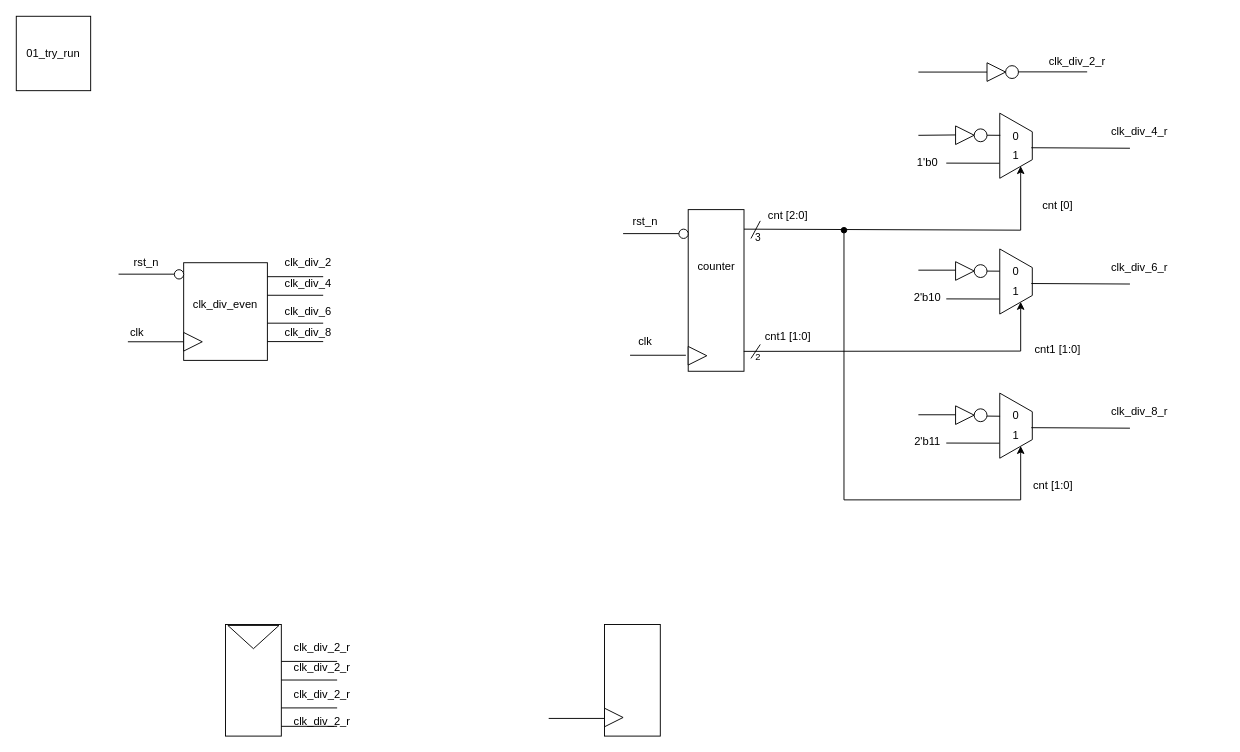
Above: abp.drawio in let1s77/Systemverilog-Fundamential (draw.io), before the change. Source tidied: cells renumbered, new cells numbered last; positions are measured from the earlier drawing's top-left corner, leaving out a move shared by most shapes. Both pictures are drawn from the tidied source at 93%, with x=0, y=0 at pixel (16, 16).
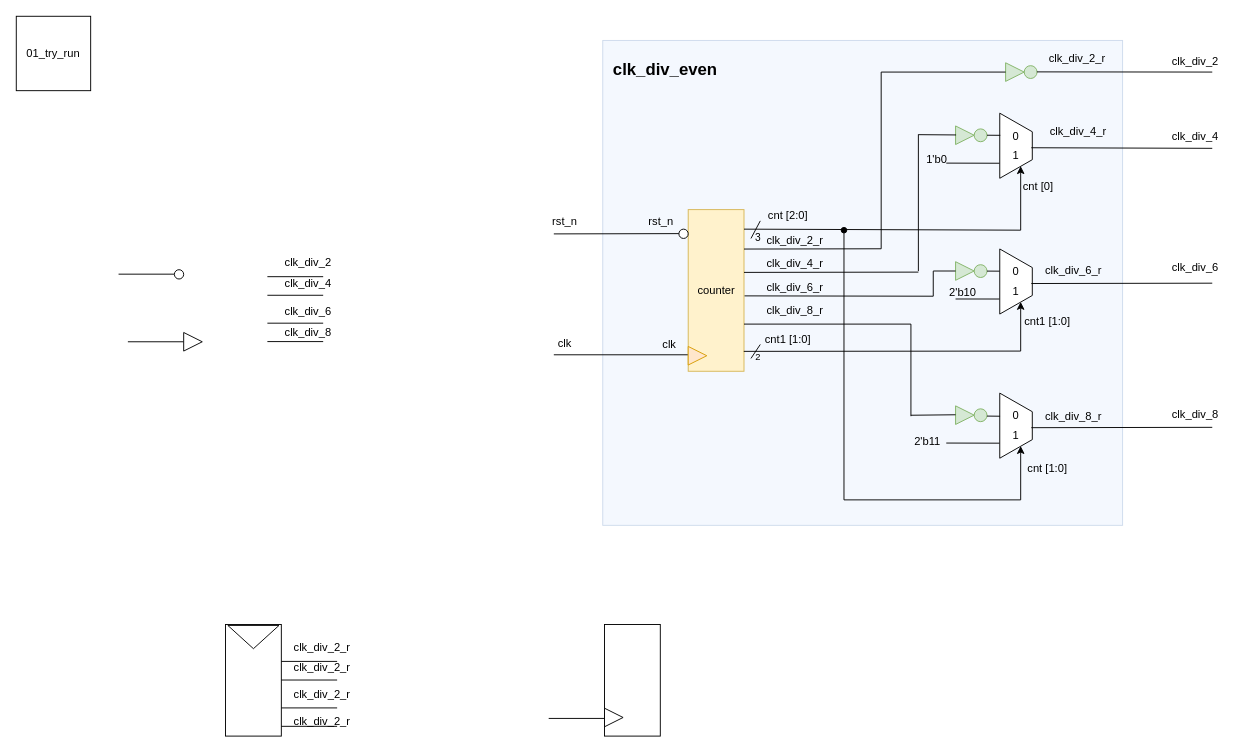
The same diagram, later.

Unchanged cells that the change refers to:
```xml
<mxCell id="42" style="shape=trapezoid;perimeter=trapezoidPerimeter;whiteSpace=wrap;html=1;fixedSize=1;rotation=90;" parent="1" vertex="1">
  <mxGeometry x="1040" y="121.7" width="70" height="35" as="geometry" />
</mxCell>
<mxCell id="53" style="shape=trapezoid;perimeter=trapezoidPerimeter;whiteSpace=wrap;html=1;fixedSize=1;rotation=90;" parent="1" vertex="1">
  <mxGeometry x="1040" y="267.7" width="70" height="35" as="geometry" />
</mxCell>
<mxCell id="67" style="shape=trapezoid;perimeter=trapezoidPerimeter;whiteSpace=wrap;html=1;fixedSize=1;rotation=90;" parent="1" vertex="1">
  <mxGeometry x="1040" y="422.7" width="70" height="35" as="geometry" />
</mxCell>
```

Change to the diagram source:
```diff
@@
-    <mxCell id="4" style="rounded=0;whiteSpace=wrap;html=1;rotation=-90;" parent="1" vertex="1">
-      <mxGeometry x="172.5" y="272.5" width="105" height="90" as="geometry" />
+    <mxCell id="4" style="rounded=0;whiteSpace=wrap;html=1;rotation=-90;fillColor=#dae8fc;strokeColor=#6c8ebf;opacity=30;" parent="1" vertex="1">
+      <mxGeometry x="649.4" y="7.2" width="521.4" height="559" as="geometry" />
     </mxCell>
@@
-    <mxCell id="6" value="clk_div_even" style="text;html=1;whiteSpace=wrap;strokeColor=none;fillColor=none;align=center;verticalAlign=middle;rounded=0;" parent="1" vertex="1">
-      <mxGeometry x="195" y="295" width="60" height="30" as="geometry" />
+    <mxCell id="6" value="clk_div_even" style="text;html=1;whiteSpace=wrap;strokeColor=none;fillColor=none;align=center;verticalAlign=middle;rounded=0;fontStyle=1;fontSize=18;" parent="1" vertex="1">
+      <mxGeometry x="668" y="43" width="60" height="30" as="geometry" />
     </mxCell>
@@
     <mxCell id="9" value="rst_n" style="text;html=1;whiteSpace=wrap;strokeColor=none;fillColor=none;align=center;verticalAlign=middle;rounded=0;" parent="1" vertex="1">
-      <mxGeometry x="110" y="250" width="60" height="30" as="geometry" />
+      <mxGeometry x="560" y="206.4" width="60" height="30" as="geometry" />
     </mxCell>
     <mxCell id="10" value="clk" style="text;html=1;whiteSpace=wrap;strokeColor=none;fillColor=none;align=center;verticalAlign=middle;rounded=0;" parent="1" vertex="1">
-      <mxGeometry x="100" y="325" width="60" height="30" as="geometry" />
+      <mxGeometry x="560" y="336.9" width="60" height="30" as="geometry" />
     </mxCell>
@@
-    <mxCell id="19" style="rounded=0;whiteSpace=wrap;html=1;rotation=-90;" parent="1" vertex="1">
+    <mxCell id="19" style="rounded=0;whiteSpace=wrap;html=1;rotation=-90;fillColor=#fff2cc;strokeColor=#d6b656;" parent="1" vertex="1">
       <mxGeometry x="665.6" y="264.8" width="173.8" height="60" as="geometry" />
     </mxCell>
@@
     <mxCell id="31" value="counter" style="text;html=1;whiteSpace=wrap;strokeColor=none;fillColor=none;align=center;verticalAlign=middle;rounded=0;" parent="1" vertex="1">
-      <mxGeometry x="722.5" y="253.9" width="60" height="30" as="geometry" />
+      <mxGeometry x="722.5" y="279.8" width="60" height="30" as="geometry" />
     </mxCell>
-    <mxCell id="32" style="triangle;whiteSpace=wrap;html=1;" parent="1" vertex="1">
+    <mxCell id="32" style="triangle;whiteSpace=wrap;html=1;fillColor=#ffe6cc;strokeColor=#d79b00;" parent="1" vertex="1">
       <mxGeometry x="722.5" y="355" width="20" height="20" as="geometry" />
     </mxCell>
     <mxCell id="33" style="endArrow=none;html=1;rounded=0;" parent="1" edge="1">
       <mxGeometry relative="1" as="geometry">
-        <mxPoint x="652.5" y="233.7" as="sourcePoint" />
+        <mxPoint x="578" y="234" as="sourcePoint" />
         <mxPoint x="712.5" y="233.7" as="targetPoint" />
       </mxGeometry>
     </mxCell>
     <mxCell id="34" value="rst_n" style="text;html=1;whiteSpace=wrap;strokeColor=none;fillColor=none;align=center;verticalAlign=middle;rounded=0;" parent="1" vertex="1">
-      <mxGeometry x="660" y="215.2" width="32.5" height="12.5" as="geometry" />
+      <mxGeometry x="677" y="215.2" width="32.5" height="12.5" as="geometry" />
     </mxCell>
@@
     <mxCell id="36" style="endArrow=none;html=1;rounded=0;" parent="1" edge="1">
       <mxGeometry relative="1" as="geometry">
-        <mxPoint x="660" y="364.5" as="sourcePoint" />
-        <mxPoint x="720" y="364.5" as="targetPoint" />
+        <mxPoint x="578" y="364" as="sourcePoint" />
+        <mxPoint x="722" y="364" as="targetPoint" />
       </mxGeometry>
     </mxCell>
     <mxCell id="37" value="clk" style="text;html=1;whiteSpace=wrap;strokeColor=none;fillColor=none;align=center;verticalAlign=middle;rounded=0;" parent="1" vertex="1">
-      <mxGeometry x="660" y="340" width="32.5" height="20" as="geometry" />
+      <mxGeometry x="686" y="343" width="32.5" height="20" as="geometry" />
     </mxCell>
     <mxCell id="38" value="clk_div_2_r" style="text;html=1;whiteSpace=wrap;strokeColor=none;fillColor=none;align=center;verticalAlign=middle;rounded=0;" parent="1" vertex="1">
-      <mxGeometry x="1111" y="31.9" width="60" height="35" as="geometry" />
+      <mxGeometry x="1111" y="28" width="60" height="35" as="geometry" />
     </mxCell>
@@
-    <mxCell id="40" style="triangle;whiteSpace=wrap;html=1;" parent="1" vertex="1">
-      <mxGeometry x="1043.8" y="50" width="20" height="20" as="geometry" />
+    <mxCell id="40" style="triangle;whiteSpace=wrap;html=1;fillColor=#d5e8d4;strokeColor=#82b366;" parent="1" vertex="1">
+      <mxGeometry x="1063.8" y="50" width="20" height="20" as="geometry" />
     </mxCell>
-    <mxCell id="41" style="ellipse;whiteSpace=wrap;html=1;" parent="1" vertex="1">
-      <mxGeometry x="1063.8" y="53.1" width="13.8" height="13.8" as="geometry" />
+    <mxCell id="41" style="ellipse;whiteSpace=wrap;html=1;fillColor=#d5e8d4;strokeColor=#82b366;" parent="1" vertex="1">
+      <mxGeometry x="1083.8" y="53.1" width="13.8" height="13.8" as="geometry" />
     </mxCell>
@@
     <mxCell id="44" value="cnt [0]" style="text;html=1;whiteSpace=wrap;strokeColor=none;fillColor=none;align=center;verticalAlign=middle;rounded=0;" parent="1" vertex="1">
-      <mxGeometry x="1100" y="193.2" width="40" height="21.9" as="geometry" />
+      <mxGeometry x="1079" y="172" width="40" height="21.9" as="geometry" />
     </mxCell>
@@
     <mxCell id="48" value="clk_div_4_r" style="text;html=1;whiteSpace=wrap;strokeColor=none;fillColor=none;align=center;verticalAlign=middle;rounded=0;" parent="1" vertex="1">
-      <mxGeometry x="1177.5" y="106.9" width="60" height="35" as="geometry" />
+      <mxGeometry x="1112" y="106.9" width="60" height="35" as="geometry" />
     </mxCell>
     <mxCell id="49" style="endArrow=none;html=1;rounded=0;exitX=0.531;exitY=0.03;exitDx=0;exitDy=0;exitPerimeter=0;" parent="1" edge="1" source="42">
       <mxGeometry relative="1" as="geometry">
-        <mxPoint x="1197.5" y="141.9" as="targetPoint" />
+        <mxPoint x="1286" y="142" as="targetPoint" />
       </mxGeometry>
     </mxCell>
-    <mxCell id="50" style="triangle;whiteSpace=wrap;html=1;" parent="1" vertex="1">
+    <mxCell id="50" style="triangle;whiteSpace=wrap;html=1;fillColor=#d5e8d4;strokeColor=#82b366;" parent="1" vertex="1">
       <mxGeometry x="1010" y="117.9" width="20" height="20" as="geometry" />
     </mxCell>
-    <mxCell id="51" style="ellipse;whiteSpace=wrap;html=1;" parent="1" vertex="1">
+    <mxCell id="51" style="ellipse;whiteSpace=wrap;html=1;fillColor=#d5e8d4;strokeColor=#82b366;" parent="1" vertex="1">
       <mxGeometry x="1030" y="121.1" width="13.8" height="13.8" as="geometry" />
     </mxCell>
     <mxCell id="52" value="1'b0" style="text;html=1;whiteSpace=wrap;strokeColor=none;fillColor=none;align=center;verticalAlign=middle;rounded=0;" parent="1" vertex="1">
-      <mxGeometry x="950" y="141.9" width="60" height="30" as="geometry" />
+      <mxGeometry x="970" y="147.9" width="40" height="11.9" as="geometry" />
     </mxCell>
@@
     <mxCell id="55" value="cnt1 [1:0]" style="text;html=1;whiteSpace=wrap;strokeColor=none;fillColor=none;align=center;verticalAlign=middle;rounded=0;" parent="1" vertex="1">
-      <mxGeometry x="1090" y="350" width="60" height="17.9" as="geometry" />
+      <mxGeometry x="1079" y="319" width="60" height="17.9" as="geometry" />
     </mxCell>
@@
     <mxCell id="58" style="endArrow=none;html=1;rounded=0;entryX=0.769;entryY=1.009;entryDx=0;entryDy=0;entryPerimeter=0;" parent="1" edge="1" target="53">
       <mxGeometry relative="1" as="geometry">
-        <mxPoint x="1000" y="303.9" as="sourcePoint" />
+        <mxPoint x="1010" y="304" as="sourcePoint" />
       </mxGeometry>
     </mxCell>
     <mxCell id="59" value="clk_div_6_r" style="text;html=1;whiteSpace=wrap;strokeColor=none;fillColor=none;align=center;verticalAlign=middle;rounded=0;" parent="1" vertex="1">
-      <mxGeometry x="1177.5" y="252.9" width="60" height="35" as="geometry" />
+      <mxGeometry x="1106.6" y="256.4" width="60" height="35" as="geometry" />
     </mxCell>
     <mxCell id="60" style="endArrow=none;html=1;rounded=0;exitX=0.531;exitY=0.03;exitDx=0;exitDy=0;exitPerimeter=0;" parent="1" edge="1" source="53">
       <mxGeometry relative="1" as="geometry">
-        <mxPoint x="1197.5" y="287.9" as="targetPoint" />
+        <mxPoint x="1286" y="287" as="targetPoint" />
       </mxGeometry>
     </mxCell>
-    <mxCell id="61" style="triangle;whiteSpace=wrap;html=1;" parent="1" vertex="1">
+    <mxCell id="61" style="triangle;whiteSpace=wrap;html=1;fillColor=#d5e8d4;strokeColor=#82b366;" parent="1" vertex="1">
       <mxGeometry x="1010" y="263.9" width="20" height="20" as="geometry" />
     </mxCell>
-    <mxCell id="62" style="ellipse;whiteSpace=wrap;html=1;" parent="1" vertex="1">
+    <mxCell id="62" style="ellipse;whiteSpace=wrap;html=1;fillColor=#d5e8d4;strokeColor=#82b366;" parent="1" vertex="1">
       <mxGeometry x="1030" y="267.1" width="13.8" height="13.8" as="geometry" />
     </mxCell>
     <mxCell id="63" value="2'b10" style="text;html=1;whiteSpace=wrap;strokeColor=none;fillColor=none;align=center;verticalAlign=middle;rounded=0;" parent="1" vertex="1">
-      <mxGeometry x="950" y="287.9" width="60" height="30" as="geometry" />
+      <mxGeometry x="998" y="287.9" width="40" height="17.9" as="geometry" />
     </mxCell>
@@
     <mxCell id="69" value="cnt [1:0]" style="text;html=1;whiteSpace=wrap;strokeColor=none;fillColor=none;align=center;verticalAlign=middle;rounded=0;" parent="1" vertex="1">
-      <mxGeometry x="1085" y="490" width="60" height="30" as="geometry" />
+      <mxGeometry x="1079" y="472" width="60" height="30" as="geometry" />
     </mxCell>
@@
     <mxCell id="73" value="clk_div_8_r" style="text;html=1;whiteSpace=wrap;strokeColor=none;fillColor=none;align=center;verticalAlign=middle;rounded=0;" parent="1" vertex="1">
-      <mxGeometry x="1177.5" y="407.9" width="60" height="35" as="geometry" />
+      <mxGeometry x="1106.6" y="413.9" width="60" height="35" as="geometry" />
     </mxCell>
     <mxCell id="74" style="endArrow=none;html=1;rounded=0;exitX=0.531;exitY=0.03;exitDx=0;exitDy=0;exitPerimeter=0;" parent="1" edge="1" source="67">
       <mxGeometry relative="1" as="geometry">
-        <mxPoint x="1197.5" y="442.9" as="targetPoint" />
+        <mxPoint x="1286" y="442" as="targetPoint" />
       </mxGeometry>
     </mxCell>
-    <mxCell id="75" style="triangle;whiteSpace=wrap;html=1;" parent="1" vertex="1">
+    <mxCell id="75" style="triangle;whiteSpace=wrap;html=1;fillColor=#d5e8d4;strokeColor=#82b366;" parent="1" vertex="1">
       <mxGeometry x="1010" y="418.9" width="20" height="20" as="geometry" />
     </mxCell>
-    <mxCell id="76" style="ellipse;whiteSpace=wrap;html=1;" parent="1" vertex="1">
+    <mxCell id="76" style="ellipse;whiteSpace=wrap;html=1;fillColor=#d5e8d4;strokeColor=#82b366;" parent="1" vertex="1">
       <mxGeometry x="1030" y="422.1" width="13.8" height="13.8" as="geometry" />
     </mxCell>
@@
     <mxCell id="79" value="cnt1 [1:0]" style="text;html=1;whiteSpace=wrap;strokeColor=none;fillColor=none;align=center;verticalAlign=middle;rounded=0;" parent="1" vertex="1">
-      <mxGeometry x="800" y="332.5" width="60" height="24.9" as="geometry" />
+      <mxGeometry x="800" y="335.1" width="60" height="24.9" as="geometry" />
     </mxCell>
     <mxCell id="80" style="endArrow=none;html=1;rounded=0;entryX=0;entryY=0.5;entryDx=0;entryDy=0;" parent="1" edge="1" target="40">
       <mxGeometry relative="1" as="geometry">
-        <mxPoint x="970" y="60" as="sourcePoint" />
+        <mxPoint x="930" y="60" as="sourcePoint" />
       </mxGeometry>
     </mxCell>
-    <mxCell id="81" style="endArrow=none;html=1;rounded=0;entryX=0;entryY=0.5;entryDx=0;entryDy=0;" parent="1" edge="1">
+    <mxCell id="81" style="endArrow=none;html=1;rounded=0;" parent="1" edge="1">
       <mxGeometry relative="1" as="geometry">
-        <mxPoint x="1077.5" y="59.8" as="sourcePoint" />
-        <mxPoint x="1151.5" y="59.8" as="targetPoint" />
+        <mxPoint x="1097.5" y="59.8" as="sourcePoint" />
+        <mxPoint x="1286" y="60" as="targetPoint" />
       </mxGeometry>
     </mxCell>
-    <mxCell id="82" style="endArrow=none;html=1;rounded=0;entryX=0;entryY=0.5;entryDx=0;entryDy=0;" parent="1" edge="1">
+    <mxCell id="82" style="endArrow=none;html=1;rounded=0;entryX=0.027;entryY=0.485;entryDx=0;entryDy=0;entryPerimeter=0;" parent="1" edge="1" target="50">
       <mxGeometry relative="1" as="geometry">
-        <mxPoint x="970" y="128" as="sourcePoint" />
-        <mxPoint x="1010" y="127.6" as="targetPoint" />
+        <mxPoint x="970" y="127.3" as="sourcePoint" />
       </mxGeometry>
     </mxCell>
@@
-    <mxCell id="85" style="endArrow=none;html=1;rounded=0;entryX=0.769;entryY=1.009;entryDx=0;entryDy=0;entryPerimeter=0;" parent="1" edge="1">
-      <mxGeometry relative="1" as="geometry">
-        <mxPoint x="970" y="273" as="sourcePoint" />
-        <mxPoint x="1010" y="273" as="targetPoint" />
-      </mxGeometry>
-    </mxCell>
@@
     <mxCell id="93" style="endArrow=none;html=1;rounded=0;entryX=0.769;entryY=1.009;entryDx=0;entryDy=0;entryPerimeter=0;" parent="1" edge="1">
       <mxGeometry relative="1" as="geometry">
-        <mxPoint x="970" y="428.5" as="sourcePoint" />
+        <mxPoint x="962" y="429" as="sourcePoint" />
         <mxPoint x="1010" y="428.5" as="targetPoint" />
       </mxGeometry>
     </mxCell>
@@
+    <mxCell id="95" style="endArrow=none;html=1;rounded=0;" parent="1" edge="1">
+      <mxGeometry relative="1" as="geometry">
+        <mxPoint x="782.5" y="250.3" as="sourcePoint" />
+        <mxPoint x="930" y="250" as="targetPoint" />
+      </mxGeometry>
+    </mxCell>
+    <mxCell id="96" style="endArrow=none;html=1;rounded=0;" parent="1" edge="1">
+      <mxGeometry relative="1" as="geometry">
+        <mxPoint x="782.5" y="331" as="sourcePoint" />
+        <mxPoint x="962" y="331" as="targetPoint" />
+      </mxGeometry>
+    </mxCell>
+    <mxCell id="97" style="endArrow=none;html=1;rounded=0;" parent="1" edge="1">
+      <mxGeometry relative="1" as="geometry">
+        <mxPoint x="930" y="250" as="sourcePoint" />
+        <mxPoint x="930" y="60" as="targetPoint" />
+      </mxGeometry>
+    </mxCell>
+    <mxCell id="98" style="endArrow=none;html=1;rounded=0;exitX=1.01;exitY=0.695;exitDx=0;exitDy=0;exitPerimeter=0;" parent="1" edge="1" source="31">
+      <mxGeometry relative="1" as="geometry">
+        <mxPoint x="986" y="301" as="targetPoint" />
+      </mxGeometry>
+    </mxCell>
+    <mxCell id="99" style="endArrow=none;html=1;rounded=0;" parent="1" edge="1">
+      <mxGeometry relative="1" as="geometry">
+        <mxPoint x="782.5" y="275.4" as="sourcePoint" />
+        <mxPoint x="970" y="275.1" as="targetPoint" />
+      </mxGeometry>
+    </mxCell>
+    <mxCell id="100" style="endArrow=none;html=1;rounded=0;startSize=2;endSize=3;jumpSize=1;" parent="1" edge="1">
+      <mxGeometry relative="1" as="geometry">
+        <mxPoint x="970" y="274" as="sourcePoint" />
+        <mxPoint x="970" y="127" as="targetPoint" />
+      </mxGeometry>
+    </mxCell>
+    <mxCell id="101" style="endArrow=none;html=1;rounded=0;" parent="1" edge="1">
+      <mxGeometry relative="1" as="geometry">
+        <mxPoint x="986" y="273.9" as="sourcePoint" />
+        <mxPoint x="1010" y="273.9" as="targetPoint" />
+      </mxGeometry>
+    </mxCell>
+    <mxCell id="102" value="clk_div_2_r" style="text;html=1;whiteSpace=wrap;strokeColor=none;fillColor=none;align=center;verticalAlign=middle;rounded=0;" parent="1" vertex="1">
+      <mxGeometry x="827" y="205" width="21" height="72.9" as="geometry" />
+    </mxCell>
+    <mxCell id="103" value="clk_div_4_r" style="text;html=1;whiteSpace=wrap;strokeColor=none;fillColor=none;align=center;verticalAlign=middle;rounded=0;" parent="1" vertex="1">
+      <mxGeometry x="827" y="229.8" width="21" height="72.9" as="geometry" />
+    </mxCell>
+    <mxCell id="104" value="clk_div_6_r" style="text;html=1;whiteSpace=wrap;strokeColor=none;fillColor=none;align=center;verticalAlign=middle;rounded=0;" parent="1" vertex="1">
+      <mxGeometry x="827" y="256" width="21" height="72.9" as="geometry" />
+    </mxCell>
+    <mxCell id="105" value="clk_div_8_r" style="text;html=1;whiteSpace=wrap;strokeColor=none;fillColor=none;align=center;verticalAlign=middle;rounded=0;" parent="1" vertex="1">
+      <mxGeometry x="827" y="281" width="21" height="72.9" as="geometry" />
+    </mxCell>
+    <mxCell id="106" style="endArrow=none;html=1;rounded=0;" parent="1" edge="1">
+      <mxGeometry relative="1" as="geometry">
+        <mxPoint x="986" y="301" as="sourcePoint" />
+        <mxPoint x="986" y="274" as="targetPoint" />
+      </mxGeometry>
+    </mxCell>
+    <mxCell id="107" style="endArrow=none;html=1;rounded=0;" parent="1" edge="1">
+      <mxGeometry relative="1" as="geometry">
+        <mxPoint x="962" y="430" as="sourcePoint" />
+        <mxPoint x="962" y="331" as="targetPoint" />
+      </mxGeometry>
+    </mxCell>
+    <mxCell id="108" value="clk_div_2" style="text;html=1;whiteSpace=wrap;strokeColor=none;fillColor=none;align=center;verticalAlign=middle;rounded=0;" parent="1" vertex="1">
+      <mxGeometry x="1238" y="34.4" width="60" height="30" as="geometry" />
+    </mxCell>
+    <mxCell id="109" value="clk_div_4" style="text;html=1;whiteSpace=wrap;strokeColor=none;fillColor=none;align=center;verticalAlign=middle;rounded=0;" parent="1" vertex="1">
+      <mxGeometry x="1238" y="115" width="60" height="30" as="geometry" />
+    </mxCell>
+    <mxCell id="110" value="clk_div_6" style="text;html=1;whiteSpace=wrap;strokeColor=none;fillColor=none;align=center;verticalAlign=middle;rounded=0;" parent="1" vertex="1">
+      <mxGeometry x="1238" y="255.4" width="60" height="30" as="geometry" />
+    </mxCell>
+    <mxCell id="111" value="clk_div_8" style="text;html=1;whiteSpace=wrap;strokeColor=none;fillColor=none;align=center;verticalAlign=middle;rounded=0;" parent="1" vertex="1">
+      <mxGeometry x="1238" y="412.9" width="60" height="30" as="geometry" />
+    </mxCell>
```
